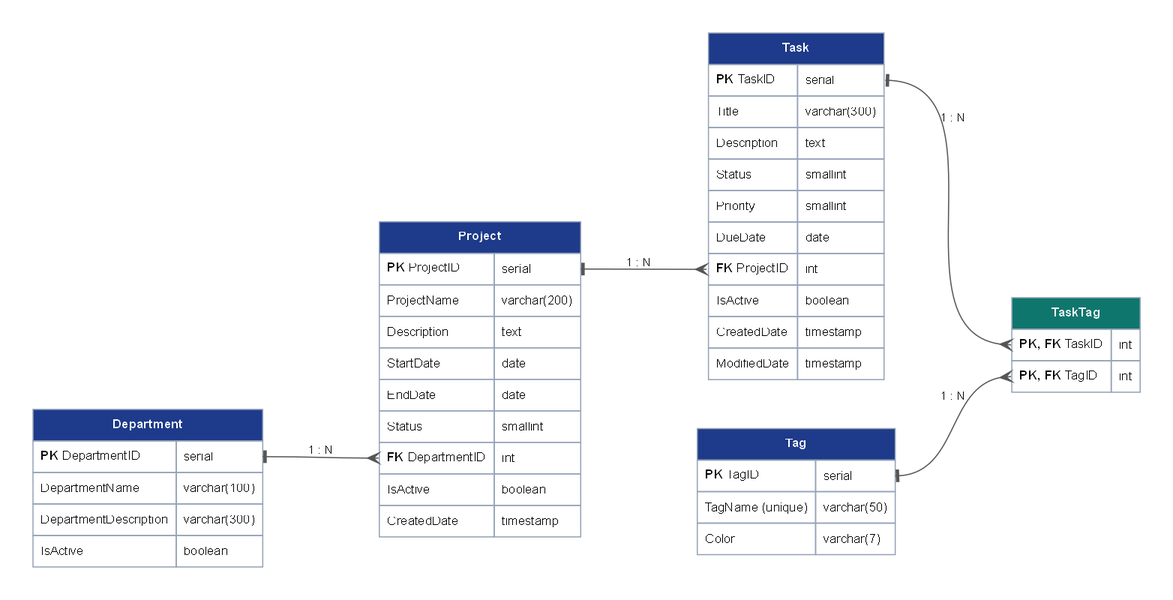
Before: docs/erd.png, a diagram exported from Graphviz (DangKhoa050318/QE190126_PRN232_Ass1_BE). Its source is kept beside it as docs/erd.dot.
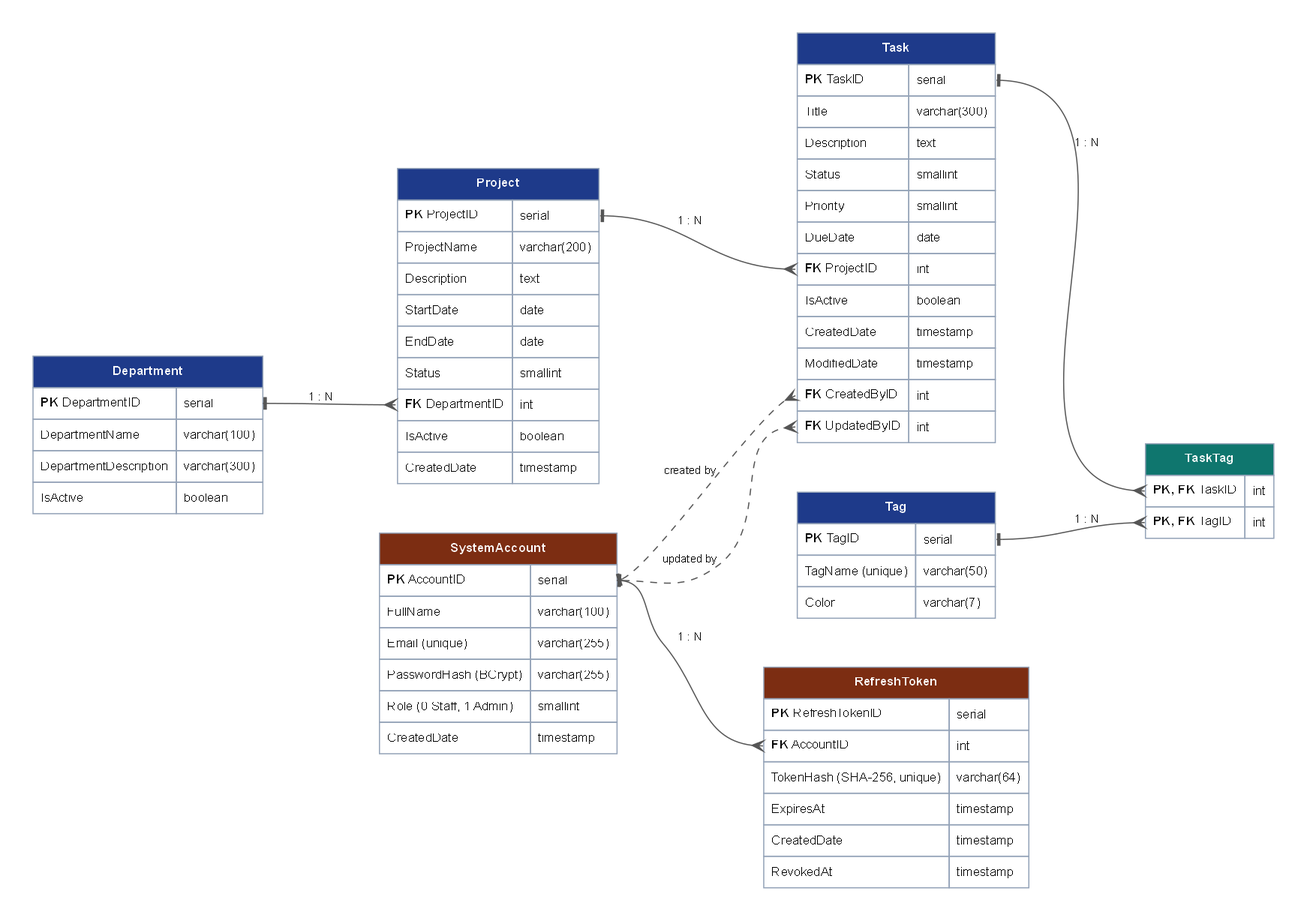
The same diagram one commit later.

Commit message:
docs: update README and ERD for authentication

What changed in the source:
```diff
@@ -39,6 +39,8 @@
       <tr><td align="left">IsActive</td><td align="left">boolean</td></tr>
       <tr><td align="left">CreatedDate</td><td align="left">timestamp</td></tr>
       <tr><td align="left">ModifiedDate</td><td align="left">timestamp</td></tr>
+      <tr><td align="left" port="createdby"><b>FK</b> CreatedByID</td><td align="left">int</td></tr>
+      <tr><td align="left" port="updatedby"><b>FK</b> UpdatedByID</td><td align="left">int</td></tr>
     </table>>];
 
   TaskTag [label=<
@@ -56,10 +58,37 @@
       <tr><td align="left">Color</td><td align="left">varchar(7)</td></tr>
     </table>>];
 
+
+  SystemAccount [label=<
+    <table border="0" cellborder="1" cellspacing="0" cellpadding="6" color="#94A3B8">
+      <tr><td bgcolor="#7C2D12" colspan="2"><font color="white"><b>SystemAccount</b></font></td></tr>
+      <tr><td align="left"><b>PK</b> AccountID</td><td align="left" port="pk">serial</td></tr>
+      <tr><td align="left">FullName</td><td align="left">varchar(100)</td></tr>
+      <tr><td align="left">Email (unique)</td><td align="left">varchar(255)</td></tr>
+      <tr><td align="left">PasswordHash (BCrypt)</td><td align="left">varchar(255)</td></tr>
+      <tr><td align="left">Role (0 Staff, 1 Admin)</td><td align="left">smallint</td></tr>
+      <tr><td align="left">CreatedDate</td><td align="left">timestamp</td></tr>
+    </table>>];
+
+  RefreshToken [label=<
+    <table border="0" cellborder="1" cellspacing="0" cellpadding="6" color="#94A3B8">
+      <tr><td bgcolor="#7C2D12" colspan="2"><font color="white"><b>RefreshToken</b></font></td></tr>
+      <tr><td align="left"><b>PK</b> RefreshTokenID</td><td align="left">serial</td></tr>
+      <tr><td align="left" port="fk"><b>FK</b> AccountID</td><td align="left">int</td></tr>
+      <tr><td align="left">TokenHash (SHA-256, unique)</td><td align="left">varchar(64)</td></tr>
+      <tr><td align="left">ExpiresAt</td><td align="left">timestamp</td></tr>
+      <tr><td align="left">CreatedDate</td><td align="left">timestamp</td></tr>
+      <tr><td align="left">RevokedAt</td><td align="left">timestamp</td></tr>
+    </table>>];
+
   { rank=same; Task; Tag; }
+  { rank=same; Project; SystemAccount; }
 
   Department:pk:e -> Project:fk:w [label="1 : N"];
   Project:pk:e -> Task:fk:w    [label="1 : N"];
   Task:pk:e -> TaskTag:task:w [label="1 : N"];
   Tag:pk:e -> TaskTag:tag:w  [label="1 : N"];
+  SystemAccount:pk:e -> Task:createdby:w [label="created by", style=dashed];
+  SystemAccount:pk:e -> Task:updatedby:w [label="updated by", style=dashed];
+  SystemAccount:pk:e -> RefreshToken:fk:w [label="1 : N"];
 }
```
